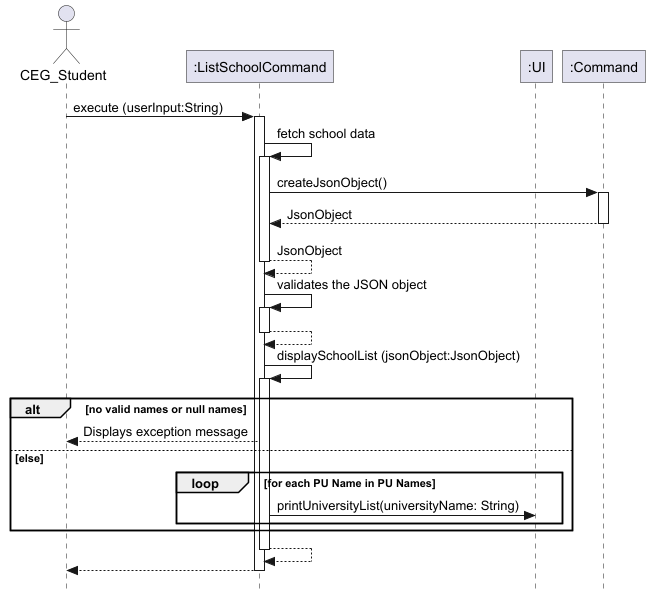
Above: docs/images/ListSchoolsCommand.png in nus-cs2113-AY2425S1/tp (PlantUML), before the change.
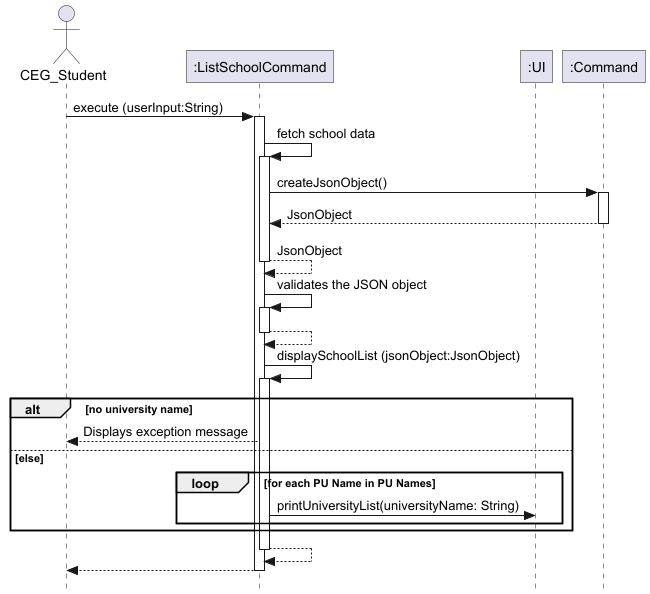
After the change.

Commit message:
Update test data for list schools

What changed in the source:
```diff
@@ -31,7 +31,7 @@
 ListSchoolCommand -> ListSchoolCommand: displaySchoolList (jsonObject:JsonObject)
 activate ListSchoolCommand
 
-alt no valid names or null names
+alt no university name
     ListSchoolCommand --> CEG_Student: Displays exception message
 else else
     loop for each PU Name in PU Names
```
